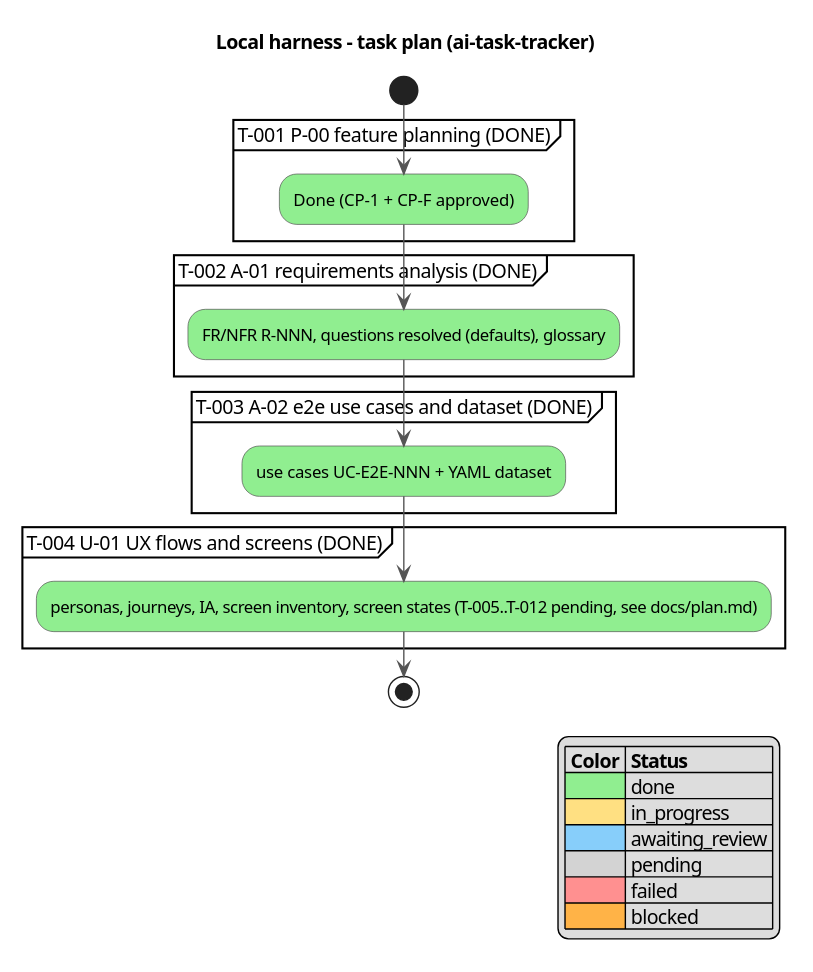
This is docs/activity.svg from serge-sasov/ai-task-tracker, a PlantUML export, as it was before one commit.
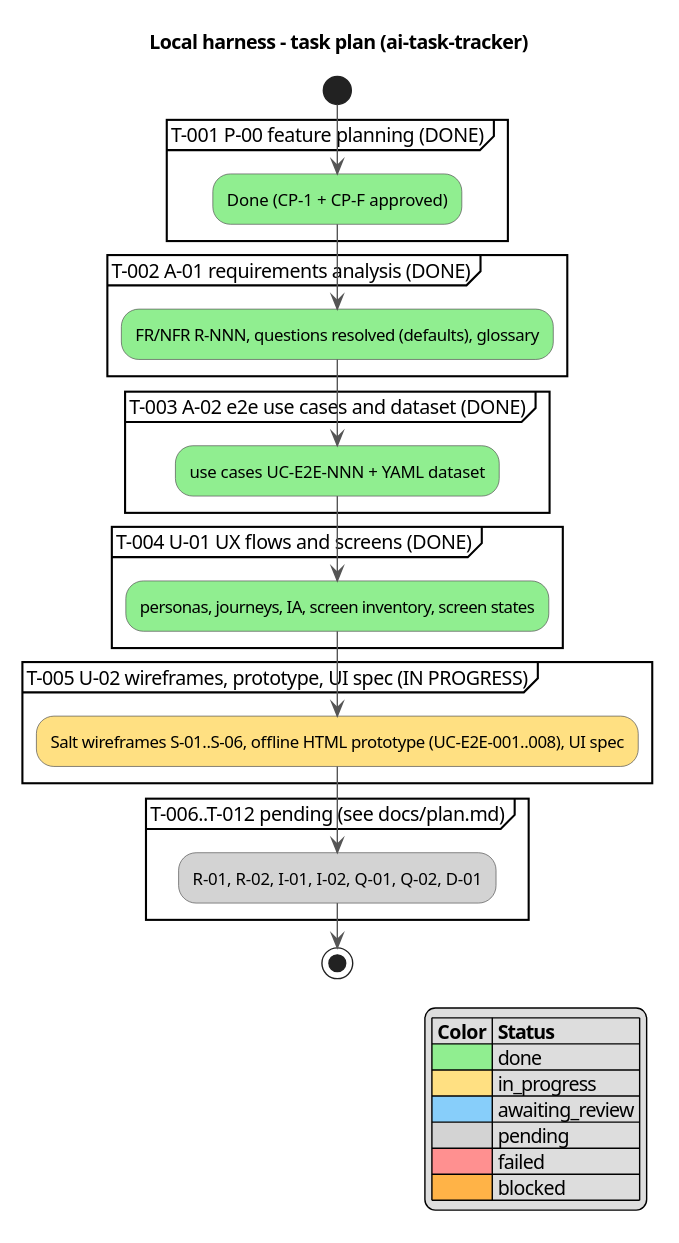
Later version of the same file.

Commit message:
T-005: started (U-02 UX wireframes, prototype, UI spec)

Diff of the diagram source:
```diff
@@ -16,7 +16,13 @@
   :use cases UC-E2E-NNN + YAML dataset; <<#90EE90>>
 }
 partition "T-004 U-01 UX flows and screens (DONE)" {
-  :personas, journeys, IA, screen inventory, screen states (T-005..T-012 pending, see docs/plan.md); <<#90EE90>>
+  :personas, journeys, IA, screen inventory, screen states; <<#90EE90>>
+}
+partition "T-005 U-02 wireframes, prototype, UI spec (IN PROGRESS)" {
+  :Salt wireframes S-01..S-06, offline HTML prototype (UC-E2E-001..008), UI spec; <<#FFE082>>
+}
+partition "T-006..T-012 pending (see docs/plan.md)" {
+  :R-01, R-02, I-01, I-02, Q-01, Q-02, D-01; <<#D3D3D3>>
 }
 stop
 
```
